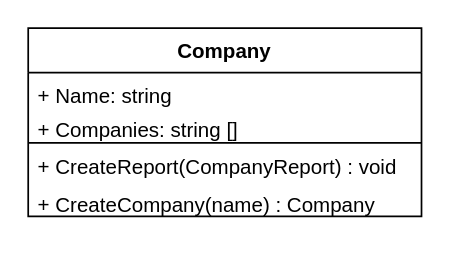
ProgramacionII-Equipo3/Proyecto keeps this draw.io diagram as Assets/UML_Diagrams/Company.drawio. Above is the earlier version. Source tidied: cells renumbered, new cells numbered last; positions are measured from the earlier drawing's top-left corner, leaving out a move shared by most shapes. Both pictures are drawn from the tidied source at 171%, with x=0, y=0 at pixel (27, 27).
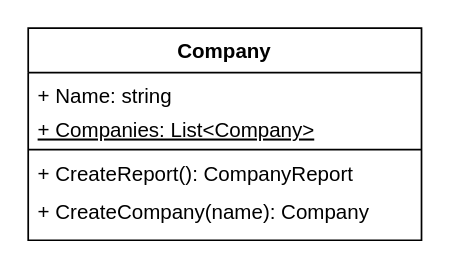
Above is the later version.

The edit, as a diff of the source:
```diff
@@
 <mxGraphModel>
   <root>
     <mxCell id="0" />
     <mxCell id="1" parent="0" />
     <mxCell id="2" value="Company" style="swimlane;fontStyle=1;align=center;verticalAlign=top;horizontal=1;startSize=26;" parent="1" vertex="1">
-      <mxGeometry width="230" height="110" as="geometry" />
+      <mxGeometry width="230" height="124" as="geometry" />
     </mxCell>
     <mxCell id="3" value="+ Name: string" style="text;strokeColor=none;fillColor=none;align=left;verticalAlign=top;spacingLeft=4;spacingRight=4;overflow=hidden;" parent="2" vertex="1">
       <mxGeometry y="26" width="230" height="20" as="geometry" />
     </mxCell>
-    <mxCell id="4" value="+ Companies: string []" style="text;strokeColor=none;fillColor=none;align=left;verticalAlign=top;spacingLeft=4;spacingRight=4;overflow=hidden;" parent="2" vertex="1">
-      <mxGeometry y="46" width="230" height="20" as="geometry" />
+    <mxCell id="4" value="+ Companies: List&lt;Company&gt;" style="text;strokeColor=none;fillColor=none;align=left;verticalAlign=top;spacingLeft=4;spacingRight=4;overflow=hidden;fontStyle=4;" parent="2" vertex="1">
+      <mxGeometry y="46" width="230" height="24" as="geometry" />
     </mxCell>
     <mxCell id="5" style="line;strokeWidth=1;fillColor=none;align=left;verticalAlign=middle;spacingTop=-1;spacingLeft=3;spacingRight=3;labelPosition=right;" parent="2" vertex="1">
-      <mxGeometry y="66" width="230" height="2" as="geometry" />
+      <mxGeometry y="70" width="230" height="2" as="geometry" />
     </mxCell>
-    <mxCell id="6" value="+ CreateReport(CompanyReport) : void" style="text;strokeColor=none;fillColor=none;align=left;verticalAlign=top;spacingLeft=4;spacingRight=4;overflow=hidden;" parent="2" vertex="1">
-      <mxGeometry y="68" width="230" height="22" as="geometry" />
+    <mxCell id="6" value="+ CreateReport(): CompanyReport" style="text;strokeColor=none;fillColor=none;align=left;verticalAlign=top;spacingLeft=4;spacingRight=4;overflow=hidden;" parent="2" vertex="1">
+      <mxGeometry y="72" width="230" height="22" as="geometry" />
     </mxCell>
-    <mxCell id="7" value="+ CreateCompany(name) : Company" style="text;strokeColor=none;fillColor=none;align=left;verticalAlign=top;spacingLeft=4;spacingRight=4;overflow=hidden;" parent="2" vertex="1">
-      <mxGeometry y="90" width="230" height="20" as="geometry" />
+    <mxCell id="7" value="+ CreateCompany(name): Company" style="text;strokeColor=none;fillColor=none;align=left;verticalAlign=top;spacingLeft=4;spacingRight=4;overflow=hidden;" parent="2" vertex="1">
+      <mxGeometry y="94" width="230" height="30" as="geometry" />
     </mxCell>
   </root>
 </mxGraphModel>
```
